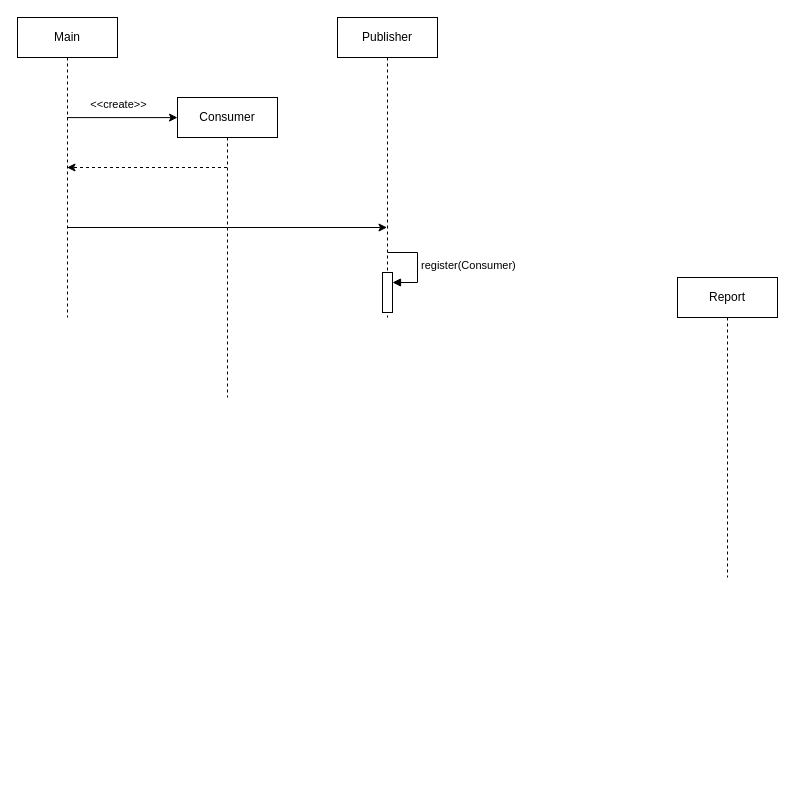
The draw.io diagram A7_2_b.drawio in tobiasenger/zeichnungen, before the edit. Source tidied: cells renumbered, new cells numbered last; positions are measured from the earlier drawing's top-left corner, leaving out a move shared by most shapes. Both pictures are drawn from the tidied source at 100%, with x=0, y=0 at pixel (17, 17).
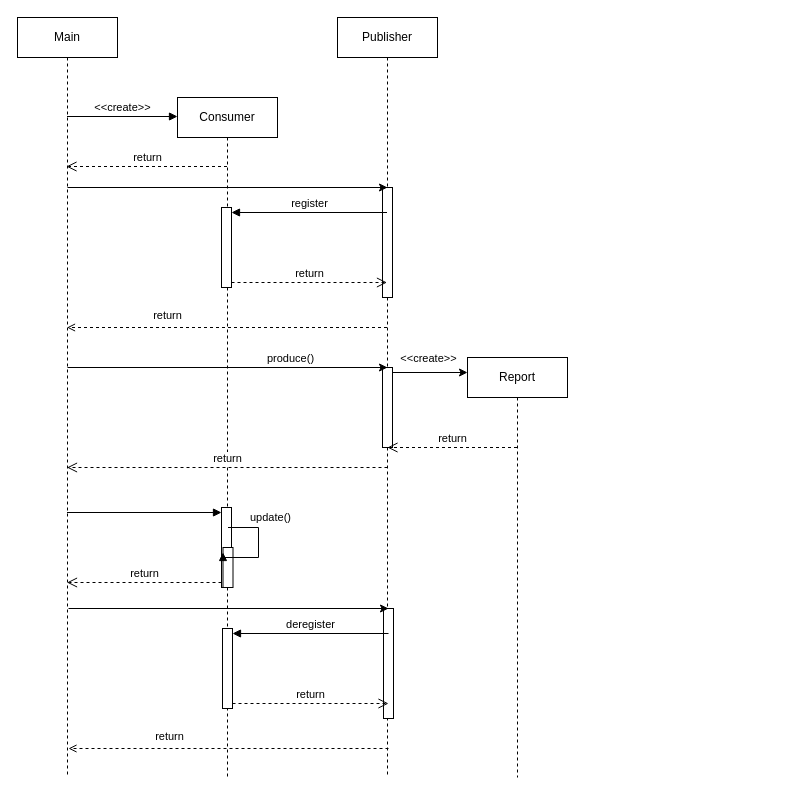
The same diagram, later.

What changed in the source:
```diff
@@
-    <mxCell id="2" style="edgeStyle=orthogonalEdgeStyle;rounded=0;jettySize=auto;html=1;curved=0;entryX=0;entryY=0.067;entryDx=0;entryDy=0;entryPerimeter=0;" parent="1" edge="1" source="5" target="7">
-      <mxGeometry relative="1" as="geometry">
-        <Array as="points">
-          <mxPoint x="90" y="100" />
-          <mxPoint x="90" y="100" />
-        </Array>
-      </mxGeometry>
-    </mxCell>
+    <mxCell id="5" value="Main" style="shape=umlLifeline;perimeter=lifelinePerimeter;whiteSpace=wrap;html=1;outlineConnect=0;portConstraint=eastwest;newEdgeStyle={&quot;curved&quot;:0,&quot;rounded&quot;:0};" parent="1" vertex="1">
+      <mxGeometry width="100" height="760" as="geometry" />
+    </mxCell>
+    <mxCell id="7" value="Consumer" style="shape=umlLifeline;perimeter=lifelinePerimeter;whiteSpace=wrap;html=1;outlineConnect=0;portConstraint=eastwest;newEdgeStyle={&quot;curved&quot;:0,&quot;rounded&quot;:0};size=40;" parent="1" vertex="1">
+      <mxGeometry x="160" y="80" width="100" height="680" as="geometry" />
+    </mxCell>
+    <mxCell id="13" value="&amp;lt;&amp;lt;create&amp;gt;&amp;gt;" style="html=1;verticalAlign=bottom;endArrow=block;curved=0;rounded=0;entryX=0;entryY=0;entryDx=0;entryDy=5;" parent="7" edge="1">
+      <mxGeometry relative="1" as="geometry">
+        <mxPoint x="-110.5" y="19" as="sourcePoint" />
+        <mxPoint y="19" as="targetPoint" />
+      </mxGeometry>
+    </mxCell>
+    <mxCell id="14" value="return" style="html=1;verticalAlign=bottom;endArrow=open;dashed=1;endSize=8;curved=0;rounded=0;" parent="7" edge="1">
+      <mxGeometry relative="1" as="geometry">
+        <mxPoint x="49.5" y="69" as="sourcePoint" />
+        <mxPoint x="-111" y="69" as="targetPoint" />
+      </mxGeometry>
+    </mxCell>
+    <mxCell id="15" style="html=1;points=[[0,0,0,0,5],[0,1,0,0,-5],[1,0,0,0,5],[1,1,0,0,-5]];perimeter=orthogonalPerimeter;outlineConnect=0;targetShapes=umlLifeline;portConstraint=eastwest;newEdgeStyle={&quot;curved&quot;:0,&quot;rounded&quot;:0};" parent="7" vertex="1">
+      <mxGeometry x="44" y="110" width="10" height="80" as="geometry" />
+    </mxCell>
+    <mxCell id="16" style="html=1;points=[[0,0,0,0,5],[0,1,0,0,-5],[1,0,0,0,5],[1,1,0,0,-5]];perimeter=orthogonalPerimeter;outlineConnect=0;targetShapes=umlLifeline;portConstraint=eastwest;newEdgeStyle={&quot;curved&quot;:0,&quot;rounded&quot;:0};" parent="7" vertex="1">
+      <mxGeometry x="44" y="410" width="10" height="80" as="geometry" />
+    </mxCell>
+    <mxCell id="17" style="html=1;points=[[0,0,0,0,5],[0,1,0,0,-5],[1,0,0,0,5],[1,1,0,0,-5]];perimeter=orthogonalPerimeter;outlineConnect=0;targetShapes=umlLifeline;portConstraint=eastwest;newEdgeStyle={&quot;curved&quot;:0,&quot;rounded&quot;:0};" parent="7" vertex="1">
+      <mxGeometry x="45.5" y="450" width="10" height="40" as="geometry" />
+    </mxCell>
+    <mxCell id="18" value="update()" style="html=1;align=left;spacingLeft=2;endArrow=block;rounded=0;edgeStyle=orthogonalEdgeStyle;curved=0;rounded=0;entryX=0;entryY=0;entryDx=0;entryDy=5;entryPerimeter=0;" parent="7" edge="1" target="17">
+      <mxGeometry x="-0.64" y="10" relative="1" as="geometry">
+        <mxPoint x="50.5" y="430" as="sourcePoint" />
+        <Array as="points">
+          <mxPoint x="81" y="430" />
+          <mxPoint x="81" y="460" />
+          <mxPoint x="46" y="460" />
+        </Array>
+      </mxGeometry>
+    </mxCell>
+    <mxCell id="8" value="Publisher" style="shape=umlLifeline;perimeter=lifelinePerimeter;whiteSpace=wrap;html=1;outlineConnect=0;portConstraint=eastwest;newEdgeStyle={&quot;curved&quot;:0,&quot;rounded&quot;:0};" parent="1" vertex="1">
+      <mxGeometry x="320" width="100" height="760" as="geometry" />
+    </mxCell>
+    <mxCell id="19" style="html=1;perimeter=orthogonalPerimeter;targetShapes=umlLifeline;newEdgeStyle={&quot;curved&quot;:0,&quot;rounded&quot;:0};" parent="8" vertex="1">
+      <mxGeometry x="45" y="170" width="10" height="110" as="geometry" />
+    </mxCell>
+    <mxCell id="20" style="edgeStyle=orthogonalEdgeStyle;rounded=0;jettySize=auto;html=1;curved=0;exitX=1;exitY=0;exitDx=0;exitDy=5;exitPerimeter=0;" parent="8" edge="1" source="21">
+      <mxGeometry relative="1" as="geometry">
+        <mxPoint x="130" y="355" as="targetPoint" />
+      </mxGeometry>
+    </mxCell>
-    <mxCell id="3" value="&amp;lt;&amp;lt;create&amp;gt;&amp;gt;" style="edgeLabel;html=1;align=center;verticalAlign=middle;" parent="2" vertex="1">
-      <mxGeometry x="-0.07" y="7" relative="1" as="geometry">
-        <mxPoint y="-7" as="offset" />
+    <mxCell id="3" value="&amp;lt;&amp;lt;create&amp;gt;&amp;gt;" style="edgeLabel;html=1;align=center;verticalAlign=middle;" parent="20" vertex="1">
+      <mxGeometry x="-0.39" y="2" relative="1" as="geometry">
+        <mxPoint x="12" y="-13" as="offset" />
       </mxGeometry>
     </mxCell>
-    <mxCell id="4" style="edgeStyle=orthogonalEdgeStyle;rounded=0;jettySize=auto;html=1;curved=0;" parent="1" edge="1" source="5" target="8">
-      <mxGeometry relative="1" as="geometry">
-        <Array as="points">
-          <mxPoint x="210" y="210" />
-          <mxPoint x="210" y="210" />
-        </Array>
-      </mxGeometry>
-    </mxCell>
-    <mxCell id="5" value="Main" style="shape=umlLifeline;perimeter=lifelinePerimeter;whiteSpace=wrap;html=1;outlineConnect=0;portConstraint=eastwest;newEdgeStyle={&quot;curved&quot;:0,&quot;rounded&quot;:0};" parent="1" vertex="1">
-      <mxGeometry width="100" height="300" as="geometry" />
-    </mxCell>
-    <mxCell id="6" style="edgeStyle=orthogonalEdgeStyle;rounded=0;jettySize=auto;html=1;curved=0;dashed=1;" parent="1" edge="1" source="7" target="5">
-      <mxGeometry relative="1" as="geometry">
-        <Array as="points">
-          <mxPoint x="140" y="150" />
-          <mxPoint x="140" y="150" />
-        </Array>
-      </mxGeometry>
-    </mxCell>
-    <mxCell id="7" value="Consumer" style="shape=umlLifeline;perimeter=lifelinePerimeter;whiteSpace=wrap;html=1;outlineConnect=0;portConstraint=eastwest;newEdgeStyle={&quot;curved&quot;:0,&quot;rounded&quot;:0};size=40;" parent="1" vertex="1">
-      <mxGeometry x="160" y="80" width="100" height="300" as="geometry" />
-    </mxCell>
-    <mxCell id="8" value="Publisher" style="shape=umlLifeline;perimeter=lifelinePerimeter;whiteSpace=wrap;html=1;outlineConnect=0;portConstraint=eastwest;newEdgeStyle={&quot;curved&quot;:0,&quot;rounded&quot;:0};" parent="1" vertex="1">
-      <mxGeometry x="320" width="100" height="300" as="geometry" />
-    </mxCell>
-    <mxCell id="9" style="html=1;points=[[0,0,0,0,5],[0,1,0,0,-5],[1,0,0,0,5],[1,1,0,0,-5]];perimeter=orthogonalPerimeter;outlineConnect=0;targetShapes=umlLifeline;portConstraint=eastwest;newEdgeStyle={&quot;curved&quot;:0,&quot;rounded&quot;:0};" parent="8" vertex="1">
-      <mxGeometry x="45" y="255" width="10" height="40" as="geometry" />
-    </mxCell>
-    <mxCell id="10" value="register(Consumer)" style="html=1;align=left;spacingLeft=2;endArrow=block;rounded=0;edgeStyle=orthogonalEdgeStyle;curved=0;rounded=0;" parent="8" edge="1" target="9">
-      <mxGeometry relative="1" as="geometry">
-        <mxPoint x="50" y="235" as="sourcePoint" />
-        <Array as="points">
-          <mxPoint x="80" y="265" />
-        </Array>
-      </mxGeometry>
-    </mxCell>
+    <mxCell id="21" style="html=1;points=[[0,0,0,0,5],[0,1,0,0,-5],[1,0,0,0,5],[1,1,0,0,-5]];perimeter=orthogonalPerimeter;outlineConnect=0;targetShapes=umlLifeline;portConstraint=eastwest;newEdgeStyle={&quot;curved&quot;:0,&quot;rounded&quot;:0};" parent="8" vertex="1">
+      <mxGeometry x="45" y="350" width="10" height="80" as="geometry" />
+    </mxCell>
+    <mxCell id="22" style="html=1;points=[[0,0,0,0,5],[0,1,0,0,-5],[1,0,0,0,5],[1,1,0,0,-5]];perimeter=orthogonalPerimeter;outlineConnect=0;targetShapes=umlLifeline;portConstraint=eastwest;newEdgeStyle={&quot;curved&quot;:0,&quot;rounded&quot;:0};" parent="8" vertex="1">
+      <mxGeometry x="-115" y="611" width="10" height="80" as="geometry" />
+    </mxCell>
+    <mxCell id="23" style="html=1;perimeter=orthogonalPerimeter;targetShapes=umlLifeline;newEdgeStyle={&quot;curved&quot;:0,&quot;rounded&quot;:0};" parent="8" vertex="1">
+      <mxGeometry x="46" y="591" width="10" height="110" as="geometry" />
+    </mxCell>
+    <mxCell id="24" style="edgeStyle=orthogonalEdgeStyle;rounded=0;orthogonalLoop=1;jettySize=auto;html=1;curved=0;dashed=1;endArrow=open;endFill=0;" parent="8" edge="1">
+      <mxGeometry relative="1" as="geometry">
+        <mxPoint x="51" y="731" as="sourcePoint" />
+        <mxPoint x="-269" y="731" as="targetPoint" />
+        <Array as="points">
+          <mxPoint x="-189" y="731" />
+          <mxPoint x="-189" y="731" />
+        </Array>
+      </mxGeometry>
+    </mxCell>
+    <mxCell id="25" value="return" style="edgeLabel;html=1;align=center;verticalAlign=middle;" parent="24" vertex="1">
+      <mxGeometry x="0.38" y="4" relative="1" as="geometry">
+        <mxPoint x="1" y="-17" as="offset" />
+      </mxGeometry>
+    </mxCell>
+    <mxCell id="26" style="edgeStyle=orthogonalEdgeStyle;rounded=0;orthogonalLoop=1;jettySize=auto;html=1;curved=0;" parent="8" edge="1">
+      <mxGeometry relative="1" as="geometry">
+        <mxPoint x="-269" y="591" as="sourcePoint" />
+        <mxPoint x="51" y="591" as="targetPoint" />
+        <Array as="points">
+          <mxPoint x="-269" y="591" />
+          <mxPoint x="51" y="591" />
+        </Array>
+      </mxGeometry>
+    </mxCell>
+    <mxCell id="27" value="deregister" style="html=1;verticalAlign=bottom;endArrow=block;curved=0;rounded=0;entryX=1;entryY=0;entryDx=0;entryDy=5;entryPerimeter=0;" parent="8" edge="1" target="22">
+      <mxGeometry relative="1" as="geometry">
+        <mxPoint x="51" y="616" as="sourcePoint" />
+      </mxGeometry>
+    </mxCell>
+    <mxCell id="28" value="return" style="html=1;verticalAlign=bottom;endArrow=open;dashed=1;endSize=8;curved=0;rounded=0;exitX=1;exitY=1;exitDx=0;exitDy=-5;exitPerimeter=0;" parent="8" edge="1" source="22">
+      <mxGeometry relative="1" as="geometry">
+        <mxPoint x="51" y="686" as="targetPoint" />
+      </mxGeometry>
+    </mxCell>
     <mxCell id="11" value="Report" style="shape=umlLifeline;perimeter=lifelinePerimeter;whiteSpace=wrap;html=1;outlineConnect=0;portConstraint=eastwest;newEdgeStyle={&quot;curved&quot;:0,&quot;rounded&quot;:0};" parent="1" vertex="1">
-      <mxGeometry x="660" y="260" width="100" height="300" as="geometry" />
+      <mxGeometry x="450" y="340" width="100" height="420" as="geometry" />
     </mxCell>
@@
+    <mxCell id="29" style="edgeStyle=orthogonalEdgeStyle;rounded=0;jettySize=auto;html=1;curved=0;dashed=1;endArrow=open;endFill=0;" parent="1" edge="1" source="8" target="5">
+      <mxGeometry relative="1" as="geometry">
+        <Array as="points">
+          <mxPoint x="130" y="310" />
+          <mxPoint x="130" y="310" />
+        </Array>
+      </mxGeometry>
+    </mxCell>
+    <mxCell id="30" value="return" style="edgeLabel;html=1;align=center;verticalAlign=middle;" parent="29" vertex="1">
+      <mxGeometry x="0.38" y="4" relative="1" as="geometry">
+        <mxPoint x="1" y="-17" as="offset" />
+      </mxGeometry>
+    </mxCell>
+    <mxCell id="31" style="edgeStyle=orthogonalEdgeStyle;rounded=0;orthogonalLoop=1;jettySize=auto;html=1;curved=0;" parent="1" edge="1">
+      <mxGeometry relative="1" as="geometry">
+        <mxPoint x="50" y="170" as="sourcePoint" />
+        <mxPoint x="370" y="170" as="targetPoint" />
+        <Array as="points">
+          <mxPoint x="50" y="170" />
+          <mxPoint x="370" y="170" />
+        </Array>
+      </mxGeometry>
+    </mxCell>
+    <mxCell id="32" value="register" style="html=1;verticalAlign=bottom;endArrow=block;curved=0;rounded=0;entryX=1;entryY=0;entryDx=0;entryDy=5;entryPerimeter=0;" parent="1" edge="1" source="8" target="15">
+      <mxGeometry relative="1" as="geometry" />
+    </mxCell>
+    <mxCell id="33" value="return" style="html=1;verticalAlign=bottom;endArrow=open;dashed=1;endSize=8;curved=0;rounded=0;exitX=1;exitY=1;exitDx=0;exitDy=-5;exitPerimeter=0;" parent="1" edge="1" source="15" target="8">
+      <mxGeometry relative="1" as="geometry" />
+    </mxCell>
+    <mxCell id="34" style="edgeStyle=orthogonalEdgeStyle;rounded=0;orthogonalLoop=1;jettySize=auto;html=1;curved=0;" parent="1" edge="1">
+      <mxGeometry relative="1" as="geometry">
+        <mxPoint x="50" y="350" as="sourcePoint" />
+        <mxPoint x="370" y="350" as="targetPoint" />
+        <Array as="points">
+          <mxPoint x="50" y="350" />
+          <mxPoint x="370" y="350" />
+        </Array>
+      </mxGeometry>
+    </mxCell>
+    <mxCell id="35" value="produce()" style="edgeLabel;html=1;align=center;verticalAlign=middle;" parent="34" vertex="1">
+      <mxGeometry x="0.36" y="8" relative="1" as="geometry">
+        <mxPoint x="4" y="-2" as="offset" />
+      </mxGeometry>
+    </mxCell>
+    <mxCell id="36" value="return" style="html=1;verticalAlign=bottom;endArrow=open;dashed=1;endSize=8;curved=0;rounded=0;" parent="1" edge="1" source="11">
+      <mxGeometry relative="1" as="geometry">
+        <mxPoint x="370" y="430" as="targetPoint" />
+      </mxGeometry>
+    </mxCell>
+    <mxCell id="37" value="return" style="html=1;verticalAlign=bottom;endArrow=open;dashed=1;endSize=8;curved=0;rounded=0;" parent="1" edge="1" target="5">
+      <mxGeometry relative="1" as="geometry">
+        <mxPoint x="370" y="450" as="sourcePoint" />
+      </mxGeometry>
+    </mxCell>
+    <mxCell id="38" style="html=1;verticalAlign=bottom;endArrow=block;curved=0;rounded=0;entryX=0;entryY=0;entryDx=0;entryDy=5;" parent="1" edge="1" source="5" target="16">
+      <mxGeometry relative="1" as="geometry" />
+    </mxCell>
+    <mxCell id="39" value="return" style="html=1;verticalAlign=bottom;endArrow=open;dashed=1;endSize=8;curved=0;rounded=0;exitX=0;exitY=1;exitDx=0;exitDy=-5;" parent="1" edge="1" source="16" target="5">
+      <mxGeometry relative="1" as="geometry" />
+    </mxCell>
```
